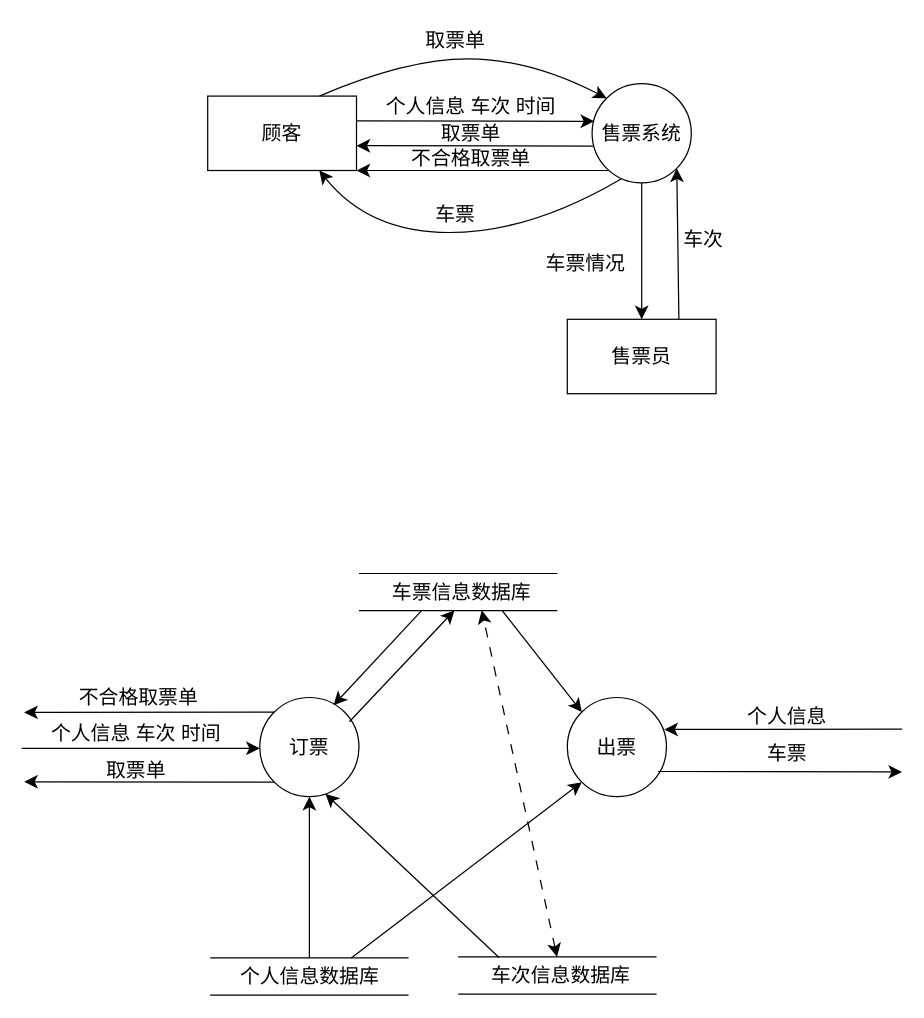
jamesnulliu/Test keeps this draw.io diagram as Untitled Diagram.drawio. Above is the earlier version. Source tidied: cells renumbered, new cells numbered last; positions are measured from the earlier drawing's top-left corner, leaving out a move shared by most shapes. Both pictures are drawn from the tidied source at 124%, with x=0, y=0 at pixel (21, 21).
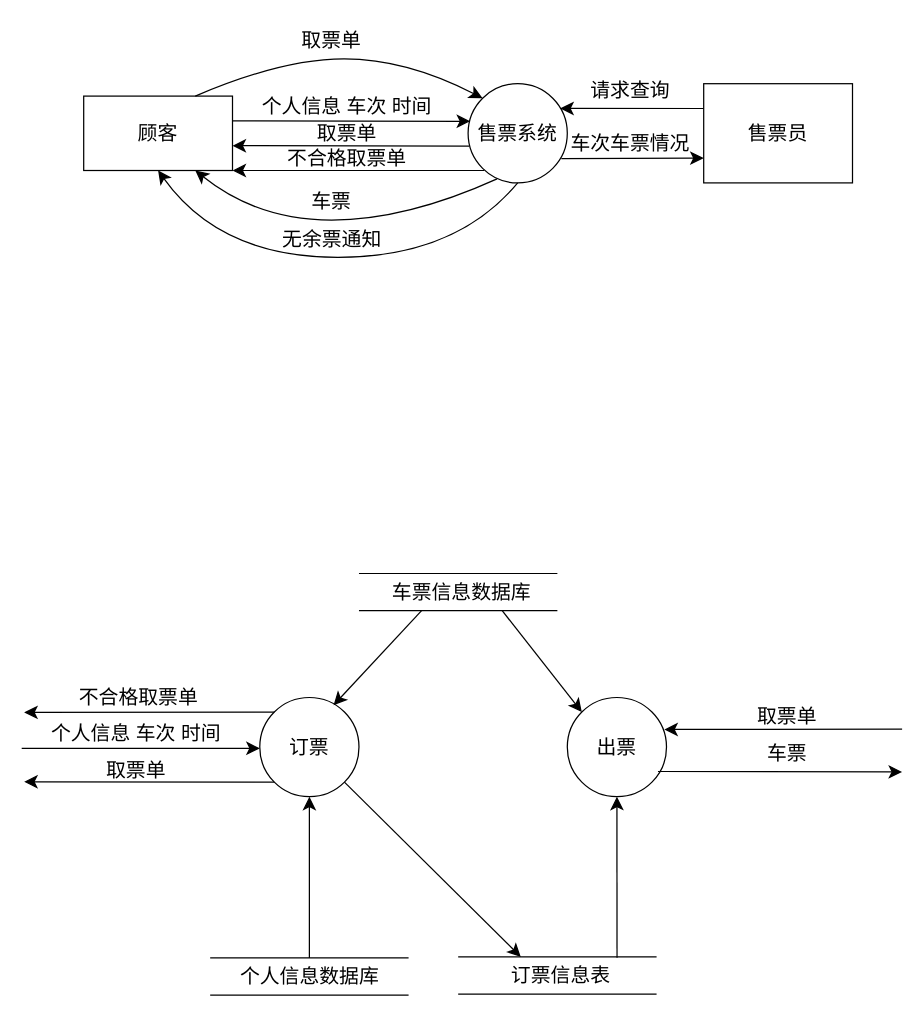
After the change.

The change refers to these unchanged cells:
```xml
<mxCell id="19" value="订票" style="ellipse;whiteSpace=wrap;html=1;fontSize=16;" parent="1" vertex="1">
  <mxGeometry x="192" y="545" width="80" height="80" as="geometry" />
</mxCell>
<mxCell id="30" value="个人信息数据库" style="text;html=1;strokeColor=none;fillColor=none;align=center;verticalAlign=middle;whiteSpace=wrap;rounded=0;fontSize=16;" parent="28" vertex="1">
  <mxGeometry x="12.5" width="135" height="30" as="geometry" />
</mxCell>
<mxCell id="33" style="group;" parent="31" vertex="1">
  <mxGeometry width="160" height="30" as="geometry" />
</mxCell>
<mxCell id="37" value="出票" style="ellipse;whiteSpace=wrap;html=1;fontSize=16;" parent="1" vertex="1">
  <mxGeometry x="440" y="545" width="80" height="80" as="geometry" />
</mxCell>
<mxCell id="47" value="车票信息数据库" style="text;html=1;strokeColor=none;fillColor=none;align=center;verticalAlign=middle;whiteSpace=wrap;rounded=0;fontSize=16;" parent="45" vertex="1">
  <mxGeometry x="18" width="130" height="30" as="geometry" />
</mxCell>
```

The edit, as a diff of the source:
```diff
@@
     <mxCell id="2" value="顾客" style="rounded=0;whiteSpace=wrap;html=1;fontSize=16;" parent="1" vertex="1">
-      <mxGeometry x="150" y="60" width="120" height="60" as="geometry" />
+      <mxGeometry x="50" y="60" width="120" height="60" as="geometry" />
     </mxCell>
     <mxCell id="3" value="售票员" style="rounded=0;whiteSpace=wrap;html=1;fontSize=16;" parent="1" vertex="1">
-      <mxGeometry x="440" y="240" width="120" height="60" as="geometry" />
+      <mxGeometry x="550" y="50" width="120" height="80" as="geometry" />
     </mxCell>
     <mxCell id="4" value="售票系统" style="ellipse;whiteSpace=wrap;html=1;fontSize=16;" parent="1" vertex="1">
-      <mxGeometry x="460" y="50" width="80" height="80" as="geometry" />
+      <mxGeometry x="360" y="50" width="80" height="80" as="geometry" />
     </mxCell>
     <mxCell id="5" value="个人信息 车次 时间" style="text;html=1;strokeColor=none;fillColor=none;align=center;verticalAlign=middle;whiteSpace=wrap;rounded=0;fontSize=16;" parent="1" vertex="1">
-      <mxGeometry x="285" y="53" width="155" height="30" as="geometry" />
+      <mxGeometry x="185" y="53" width="155" height="30" as="geometry" />
     </mxCell>
     <mxCell id="6" value="取票单" style="text;html=1;strokeColor=none;fillColor=none;align=center;verticalAlign=middle;whiteSpace=wrap;rounded=0;fontSize=16;" parent="1" vertex="1">
-      <mxGeometry x="285" y="75" width="155" height="30" as="geometry" />
+      <mxGeometry x="185" y="75" width="155" height="30" as="geometry" />
     </mxCell>
     <mxCell id="7" style="endArrow=classic;html=1;rounded=0;fontSize=12;startSize=8;endSize=8;curved=1;entryX=0.021;entryY=0.379;entryDx=0;entryDy=0;entryPerimeter=0;" parent="1" edge="1" target="4">
       <mxGeometry relative="1" as="geometry">
-        <mxPoint x="270" y="80" as="sourcePoint" />
+        <mxPoint x="170" y="80" as="sourcePoint" />
       </mxGeometry>
     </mxCell>
     <mxCell id="8" style="endArrow=classic;html=1;rounded=0;fontSize=12;startSize=8;endSize=8;curved=1;exitX=0.013;exitY=0.629;exitDx=0;exitDy=0;exitPerimeter=0;" parent="1" edge="1" source="4">
       <mxGeometry relative="1" as="geometry">
-        <mxPoint x="270" y="100" as="targetPoint" />
+        <mxPoint x="170" y="100" as="targetPoint" />
       </mxGeometry>
     </mxCell>
     <mxCell id="9" style="curved=1;endArrow=classic;html=1;rounded=0;fontSize=12;startSize=8;endSize=8;entryX=0.75;entryY=1;entryDx=0;entryDy=0;exitX=0.292;exitY=0.96;exitDx=0;exitDy=0;exitPerimeter=0;" parent="1" edge="1" source="4" target="2">
       <mxGeometry relative="1" as="geometry">
         <Array as="points">
-          <mxPoint x="410" y="170" />
-          <mxPoint x="280" y="170" />
+          <mxPoint x="310" y="160" />
+          <mxPoint x="190" y="160" />
         </Array>
       </mxGeometry>
     </mxCell>
     <mxCell id="10" value="车票" style="text;html=1;strokeColor=none;fillColor=none;align=center;verticalAlign=middle;whiteSpace=wrap;rounded=0;fontSize=16;" parent="1" vertex="1">
-      <mxGeometry x="320" y="140" width="60" height="30" as="geometry" />
+      <mxGeometry x="220" y="130" width="60" height="30" as="geometry" />
     </mxCell>
     <mxCell id="11" style="curved=1;endArrow=classic;html=1;rounded=0;fontSize=12;startSize=8;endSize=8;entryX=0;entryY=0;entryDx=0;entryDy=0;exitX=0.75;exitY=0;exitDx=0;exitDy=0;" parent="1" edge="1" source="2" target="4">
       <mxGeometry relative="1" as="geometry">
         <Array as="points">
+          <mxPoint x="210" y="30" />
           <mxPoint x="310" y="30" />
-          <mxPoint x="410" y="30" />
         </Array>
       </mxGeometry>
     </mxCell>
     <mxCell id="12" value="取票单" style="text;html=1;strokeColor=none;fillColor=none;align=center;verticalAlign=middle;whiteSpace=wrap;rounded=0;fontSize=16;" parent="1" vertex="1">
-      <mxGeometry x="320" width="60" height="30" as="geometry" />
+      <mxGeometry x="220" width="60" height="30" as="geometry" />
     </mxCell>
-    <mxCell id="13" style="endArrow=classic;html=1;rounded=0;fontSize=12;startSize=8;endSize=8;curved=1;exitX=0.75;exitY=0;exitDx=0;exitDy=0;entryX=1;entryY=1;entryDx=0;entryDy=0;" parent="1" edge="1" source="3" target="4">
-      <mxGeometry relative="1" as="geometry" />
-    </mxCell>
-    <mxCell id="14" value="车次" style="text;html=1;strokeColor=none;fillColor=none;align=center;verticalAlign=middle;whiteSpace=wrap;rounded=0;fontSize=16;" parent="1" vertex="1">
-      <mxGeometry x="520" y="160" width="60" height="30" as="geometry" />
-    </mxCell>
-    <mxCell id="15" style="endArrow=classic;html=1;rounded=0;fontSize=12;startSize=8;endSize=8;curved=1;entryX=0.5;entryY=0;entryDx=0;entryDy=0;exitX=0.5;exitY=1;exitDx=0;exitDy=0;" parent="1" edge="1" source="4" target="3">
-      <mxGeometry relative="1" as="geometry" />
-    </mxCell>
-    <mxCell id="16" value="车票情况" style="text;html=1;strokeColor=none;fillColor=none;align=center;verticalAlign=middle;whiteSpace=wrap;rounded=0;fontSize=16;" parent="1" vertex="1">
-      <mxGeometry x="420" y="180" width="70" height="30" as="geometry" />
-    </mxCell>
     <mxCell id="17" style="endArrow=classic;html=1;rounded=0;fontSize=12;startSize=8;endSize=8;curved=1;entryX=1;entryY=1;entryDx=0;entryDy=0;" parent="1" edge="1" target="2">
       <mxGeometry relative="1" as="geometry">
-        <mxPoint x="473" y="120" as="sourcePoint" />
+        <mxPoint x="373" y="120" as="sourcePoint" />
       </mxGeometry>
     </mxCell>
     <mxCell id="18" value="不合格取票单" style="text;html=1;strokeColor=none;fillColor=none;align=center;verticalAlign=middle;whiteSpace=wrap;rounded=0;fontSize=16;" parent="1" vertex="1">
-      <mxGeometry x="285" y="95" width="155" height="30" as="geometry" />
+      <mxGeometry x="185" y="95" width="155" height="30" as="geometry" />
     </mxCell>
@@
-    <mxCell id="35" value="车次信息数据库" style="text;html=1;strokeColor=none;fillColor=none;align=center;verticalAlign=middle;whiteSpace=wrap;rounded=0;fontSize=16;" parent="33" vertex="1">
+    <mxCell id="35" value="订票信息表" style="text;html=1;strokeColor=none;fillColor=none;align=center;verticalAlign=middle;whiteSpace=wrap;rounded=0;fontSize=16;" parent="33" vertex="1">
       <mxGeometry x="18" width="130" height="30" as="geometry" />
     </mxCell>
-    <mxCell id="36" style="endArrow=classic;html=1;rounded=0;fontSize=12;startSize=8;endSize=8;curved=1;entryX=0.662;entryY=0.971;entryDx=0;entryDy=0;entryPerimeter=0;exitX=0.115;exitY=0.017;exitDx=0;exitDy=0;exitPerimeter=0;" parent="1" edge="1" source="35" target="19">
-      <mxGeometry relative="1" as="geometry" />
-    </mxCell>
@@
-    <mxCell id="39" value="个人信息" style="text;html=1;strokeColor=none;fillColor=none;align=center;verticalAlign=middle;whiteSpace=wrap;rounded=0;fontSize=16;" parent="1" vertex="1">
+    <mxCell id="39" value="取票单" style="text;html=1;strokeColor=none;fillColor=none;align=center;verticalAlign=middle;whiteSpace=wrap;rounded=0;fontSize=16;" parent="1" vertex="1">
       <mxGeometry x="540" y="545" width="155" height="30" as="geometry" />
     </mxCell>
-    <mxCell id="40" style="endArrow=classic;html=1;rounded=0;fontSize=12;startSize=8;endSize=8;curved=1;entryX=0;entryY=1;entryDx=0;entryDy=0;exitX=0.75;exitY=0;exitDx=0;exitDy=0;" parent="1" edge="1" source="30" target="37">
+    <mxCell id="40" style="endArrow=classic;html=1;rounded=0;fontSize=12;startSize=8;endSize=8;curved=1;entryX=0.5;entryY=1;entryDx=0;entryDy=0;exitX=0.847;exitY=0.02;exitDx=0;exitDy=0;exitPerimeter=0;" parent="1" edge="1" source="35" target="37">
       <mxGeometry relative="1" as="geometry" />
     </mxCell>
@@
-    <mxCell id="49" style="endArrow=classic;html=1;rounded=0;fontSize=12;startSize=8;endSize=8;curved=1;exitX=0.903;exitY=0.244;exitDx=0;exitDy=0;exitPerimeter=0;entryX=0.454;entryY=0.993;entryDx=0;entryDy=0;entryPerimeter=0;" parent="1" edge="1" source="19" target="47">
-      <mxGeometry relative="1" as="geometry" />
-    </mxCell>
@@
-    <mxCell id="51" style="endArrow=classic;startArrow=classic;html=1;rounded=0;fontSize=12;startSize=8;endSize=8;curved=1;entryX=0.623;entryY=0.988;entryDx=0;entryDy=0;entryPerimeter=0;dashed=1;dashPattern=8 8;" parent="1" edge="1" source="35" target="47">
-      <mxGeometry relative="1" as="geometry" />
-    </mxCell>
+    <mxCell id="52" style="endArrow=classic;html=1;rounded=0;fontSize=12;startSize=8;endSize=8;curved=1;exitX=1;exitY=1;exitDx=0;exitDy=0;entryX=0.25;entryY=0;entryDx=0;entryDy=0;" parent="1" edge="1" source="19" target="35">
+      <mxGeometry relative="1" as="geometry" />
+    </mxCell>
+    <mxCell id="53" style="curved=1;endArrow=classic;html=1;rounded=0;fontSize=12;startSize=8;endSize=8;exitX=0.5;exitY=1;exitDx=0;exitDy=0;entryX=0.5;entryY=1;entryDx=0;entryDy=0;" parent="1" edge="1" source="4" target="2">
+      <mxGeometry relative="1" as="geometry">
+        <Array as="points">
+          <mxPoint x="350" y="190" />
+          <mxPoint x="160" y="190" />
+        </Array>
+      </mxGeometry>
+    </mxCell>
+    <mxCell id="54" value="无余票通知" style="text;html=1;strokeColor=none;fillColor=none;align=center;verticalAlign=middle;whiteSpace=wrap;rounded=0;fontSize=16;" parent="1" vertex="1">
+      <mxGeometry x="172.5" y="160" width="155" height="30" as="geometry" />
+    </mxCell>
+    <mxCell id="13" style="endArrow=classic;html=1;rounded=0;fontSize=12;startSize=8;endSize=8;curved=1;exitX=0;exitY=0.25;exitDx=0;exitDy=0;entryX=0.929;entryY=0.249;entryDx=0;entryDy=0;entryPerimeter=0;" parent="1" edge="1" source="3" target="4">
+      <mxGeometry relative="1" as="geometry" />
+    </mxCell>
+    <mxCell id="55" value="请求查询" style="text;html=1;strokeColor=none;fillColor=none;align=center;verticalAlign=middle;whiteSpace=wrap;rounded=0;fontSize=16;" parent="1" vertex="1">
+      <mxGeometry x="451" y="40" width="80" height="30" as="geometry" />
+    </mxCell>
+    <mxCell id="15" style="endArrow=classic;html=1;rounded=0;fontSize=12;startSize=8;endSize=8;curved=1;entryX=0;entryY=0.75;entryDx=0;entryDy=0;exitX=0.94;exitY=0.755;exitDx=0;exitDy=0;exitPerimeter=0;" parent="1" edge="1" source="4" target="3">
+      <mxGeometry relative="1" as="geometry" />
+    </mxCell>
+    <mxCell id="56" value="车次车票情况" style="text;html=1;strokeColor=none;fillColor=none;align=center;verticalAlign=middle;whiteSpace=wrap;rounded=0;fontSize=16;" parent="1" vertex="1">
+      <mxGeometry x="432" y="83" width="118" height="30" as="geometry" />
+    </mxCell>
```
